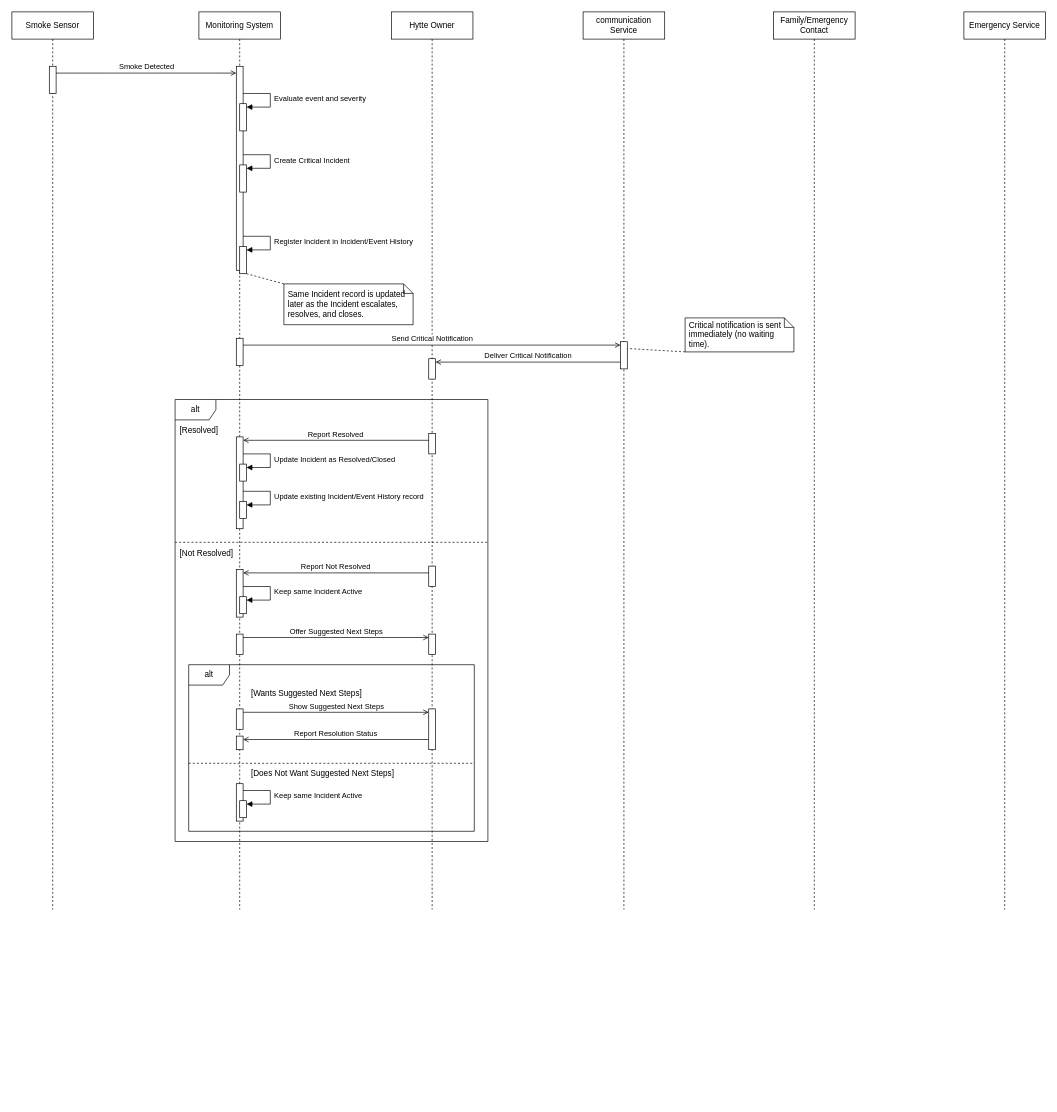
Above: model/sequence-diagram.drawio in hytte-monitoring/hytte-monitoring.github.io (draw.io), before the change. Source tidied: cells renumbered, new cells numbered last; positions are measured from the earlier drawing's top-left corner, leaving out a move shared by most shapes. Both pictures are drawn from the tidied source at 68%, with x=0, y=0 at pixel (12, 12).
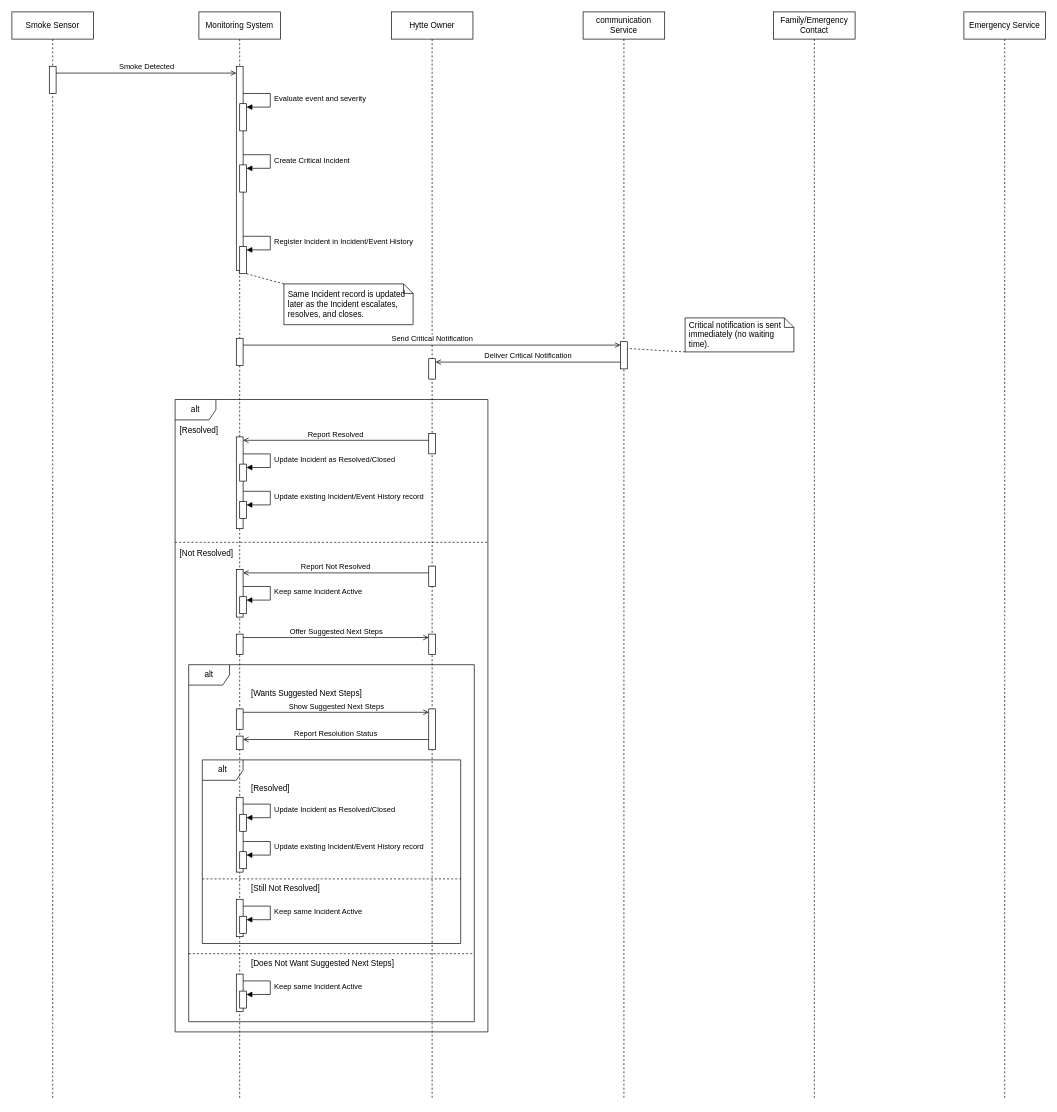
After the change.

Commit message:
Add resolution check alt after Suggested Next Steps

Diff of the diagram source:
```diff
@@
     <mxCell id="2" value="Smoke Sensor" style="shape=umlLifeline;perimeter=lifelinePerimeter;whiteSpace=wrap;html=1;newEdgeStyle={&quot;curved&quot;:0,&quot;rounded&quot;:0};size=40;" parent="1" vertex="1">
-      <mxGeometry width="120" height="1320" as="geometry" />
+      <mxGeometry width="120" height="1600" as="geometry" />
     </mxCell>
@@
     <mxCell id="4" value="Monitoring System" style="shape=umlLifeline;perimeter=lifelinePerimeter;whiteSpace=wrap;html=1;newEdgeStyle={&quot;curved&quot;:0,&quot;rounded&quot;:0};size=40;" parent="1" vertex="1">
-      <mxGeometry x="275" width="120" height="1320" as="geometry" />
+      <mxGeometry x="275" width="120" height="1600" as="geometry" />
     </mxCell>
@@
     <mxCell id="9" value="Hytte Owner" style="shape=umlLifeline;perimeter=lifelinePerimeter;whiteSpace=wrap;html=1;newEdgeStyle={&quot;curved&quot;:0,&quot;rounded&quot;:0};size=40;" parent="1" vertex="1">
-      <mxGeometry x="558" width="120" height="1320" as="geometry" />
+      <mxGeometry x="558" width="120" height="1600" as="geometry" />
     </mxCell>
     <mxCell id="10" value="communication Service" style="shape=umlLifeline;perimeter=lifelinePerimeter;whiteSpace=wrap;html=1;newEdgeStyle={&quot;curved&quot;:0,&quot;rounded&quot;:0};size=40;" parent="1" vertex="1">
-      <mxGeometry x="840" width="120" height="1320" as="geometry" />
+      <mxGeometry x="840" width="120" height="1600" as="geometry" />
     </mxCell>
     <mxCell id="11" value="Family/Emergency Contact" style="shape=umlLifeline;perimeter=lifelinePerimeter;whiteSpace=wrap;html=1;newEdgeStyle={&quot;curved&quot;:0,&quot;rounded&quot;:0};size=40;" parent="1" vertex="1">
-      <mxGeometry x="1120" width="120" height="1320" as="geometry" />
+      <mxGeometry x="1120" width="120" height="1600" as="geometry" />
     </mxCell>
     <mxCell id="12" value="Emergency Service" style="shape=umlLifeline;perimeter=lifelinePerimeter;whiteSpace=wrap;html=1;newEdgeStyle={&quot;curved&quot;:0,&quot;rounded&quot;:0};size=40;" parent="1" vertex="1">
-      <mxGeometry x="1400" width="120" height="1320" as="geometry" />
+      <mxGeometry x="1400" width="120" height="1600" as="geometry" />
     </mxCell>
@@
     <mxCell id="26" value="alt" style="shape=umlFrame;whiteSpace=wrap;html=1;width=60;height=30;fillColor=none;" parent="1" vertex="1">
-      <mxGeometry x="240" y="570" width="460" height="650" as="geometry" />
+      <mxGeometry x="240" y="570" width="460" height="930" as="geometry" />
     </mxCell>
@@
     <mxCell id="45" value="alt" style="shape=umlFrame;whiteSpace=wrap;html=1;width=60;height=30;fillColor=none;" parent="1" vertex="1">
-      <mxGeometry x="260" y="960" width="420" height="245" as="geometry" />
+      <mxGeometry x="260" y="960" width="420" height="525" as="geometry" />
     </mxCell>
@@
     <mxCell id="52" style="html=1;endArrow=none;dashed=1;curved=0;rounded=0;" parent="1" edge="1">
       <mxGeometry relative="1" as="geometry">
-        <mxPoint x="260" y="1105" as="sourcePoint" />
-        <mxPoint x="680" y="1105" as="targetPoint" />
+        <mxPoint x="260" y="1385" as="sourcePoint" />
+        <mxPoint x="680" y="1385" as="targetPoint" />
       </mxGeometry>
     </mxCell>
     <mxCell id="53" value="[Does Not Want Suggested Next Steps]" style="text;html=1;align=left;verticalAlign=middle;whiteSpace=wrap;" parent="1" vertex="1">
-      <mxGeometry x="350" y="1110" width="240" height="20" as="geometry" />
+      <mxGeometry x="350" y="1390" width="240" height="20" as="geometry" />
     </mxCell>
     <mxCell id="54" style="html=1;perimeter=orthogonalPerimeter;outlineConnect=0;targetShapes=umlLifeline;portConstraint=eastwest;newEdgeStyle={&quot;curved&quot;:0,&quot;rounded&quot;:0};" parent="4" vertex="1">
-      <mxGeometry x="55" y="1135" width="10" height="55" as="geometry" />
+      <mxGeometry x="55" y="1415" width="10" height="55" as="geometry" />
     </mxCell>
     <mxCell id="55" style="html=1;perimeter=orthogonalPerimeter;outlineConnect=0;targetShapes=umlLifeline;portConstraint=eastwest;newEdgeStyle={&quot;curved&quot;:0,&quot;rounded&quot;:0};" parent="4" vertex="1">
-      <mxGeometry x="60" y="1160" width="10" height="25" as="geometry" />
+      <mxGeometry x="60" y="1440" width="10" height="25" as="geometry" />
     </mxCell>
     <mxCell id="56" value="Keep same Incident Active" style="html=1;align=left;verticalAlign=middle;spacingLeft=4;labelBackgroundColor=default;endArrow=block;curved=0;rounded=0;exitX=1;exitY=0.1818;entryX=1;entryY=0.2;" parent="1" edge="1" source="54" target="55">
       <mxGeometry relative="1" as="geometry">
         <Array as="points">
-          <mxPoint x="380" y="1145" />
-          <mxPoint x="380" y="1165" />
+          <mxPoint x="380" y="1425" />
+          <mxPoint x="380" y="1445" />
         </Array>
       </mxGeometry>
     </mxCell>
+    <mxCell id="57" value="alt" style="shape=umlFrame;whiteSpace=wrap;html=1;width=60;height=30;fillColor=none;" parent="1" vertex="1">
+      <mxGeometry x="280" y="1100" width="380" height="270" as="geometry" />
+    </mxCell>
+    <mxCell id="58" value="[Resolved]" style="text;html=1;align=left;verticalAlign=middle;whiteSpace=wrap;" parent="1" vertex="1">
+      <mxGeometry x="350" y="1132" width="200" height="20" as="geometry" />
+    </mxCell>
+    <mxCell id="59" style="html=1;perimeter=orthogonalPerimeter;outlineConnect=0;targetShapes=umlLifeline;portConstraint=eastwest;newEdgeStyle={&quot;curved&quot;:0,&quot;rounded&quot;:0};" parent="4" vertex="1">
+      <mxGeometry x="55" y="1155" width="10" height="110" as="geometry" />
+    </mxCell>
+    <mxCell id="60" style="html=1;perimeter=orthogonalPerimeter;outlineConnect=0;targetShapes=umlLifeline;portConstraint=eastwest;newEdgeStyle={&quot;curved&quot;:0,&quot;rounded&quot;:0};" parent="4" vertex="1">
+      <mxGeometry x="60" y="1180" width="10" height="25" as="geometry" />
+    </mxCell>
+    <mxCell id="61" style="html=1;perimeter=orthogonalPerimeter;outlineConnect=0;targetShapes=umlLifeline;portConstraint=eastwest;newEdgeStyle={&quot;curved&quot;:0,&quot;rounded&quot;:0};" parent="4" vertex="1">
+      <mxGeometry x="60" y="1235" width="10" height="25" as="geometry" />
+    </mxCell>
+    <mxCell id="62" value="Update Incident as Resolved/Closed" style="html=1;align=left;verticalAlign=middle;spacingLeft=4;labelBackgroundColor=default;endArrow=block;curved=0;rounded=0;exitX=1;exitY=0.0909;entryX=1;entryY=0.2;" parent="1" edge="1" source="59" target="60">
+      <mxGeometry relative="1" as="geometry">
+        <Array as="points">
+          <mxPoint x="380" y="1165" />
+          <mxPoint x="380" y="1185" />
+        </Array>
+      </mxGeometry>
+    </mxCell>
+    <mxCell id="63" value="Update existing Incident/Event History record" style="html=1;align=left;verticalAlign=middle;spacingLeft=4;labelBackgroundColor=default;endArrow=block;curved=0;rounded=0;exitX=1;exitY=0.5909;entryX=1;entryY=0.2;" parent="1" edge="1" source="59" target="61">
+      <mxGeometry relative="1" as="geometry">
+        <Array as="points">
+          <mxPoint x="380" y="1220" />
+          <mxPoint x="380" y="1240" />
+        </Array>
+      </mxGeometry>
+    </mxCell>
+    <mxCell id="64" style="html=1;endArrow=none;dashed=1;curved=0;rounded=0;" parent="1" edge="1">
+      <mxGeometry relative="1" as="geometry">
+        <mxPoint x="280" y="1275" as="sourcePoint" />
+        <mxPoint x="660" y="1275" as="targetPoint" />
+      </mxGeometry>
+    </mxCell>
+    <mxCell id="65" value="[Still Not Resolved]" style="text;html=1;align=left;verticalAlign=middle;whiteSpace=wrap;" parent="1" vertex="1">
+      <mxGeometry x="350" y="1280" width="200" height="20" as="geometry" />
+    </mxCell>
+    <mxCell id="66" style="html=1;perimeter=orthogonalPerimeter;outlineConnect=0;targetShapes=umlLifeline;portConstraint=eastwest;newEdgeStyle={&quot;curved&quot;:0,&quot;rounded&quot;:0};" parent="4" vertex="1">
+      <mxGeometry x="55" y="1305" width="10" height="55" as="geometry" />
+    </mxCell>
+    <mxCell id="67" style="html=1;perimeter=orthogonalPerimeter;outlineConnect=0;targetShapes=umlLifeline;portConstraint=eastwest;newEdgeStyle={&quot;curved&quot;:0,&quot;rounded&quot;:0};" parent="4" vertex="1">
+      <mxGeometry x="60" y="1330" width="10" height="25" as="geometry" />
+    </mxCell>
+    <mxCell id="68" value="Keep same Incident Active" style="html=1;align=left;verticalAlign=middle;spacingLeft=4;labelBackgroundColor=default;endArrow=block;curved=0;rounded=0;exitX=1;exitY=0.1818;entryX=1;entryY=0.2;" parent="1" edge="1" source="66" target="67">
+      <mxGeometry relative="1" as="geometry">
+        <Array as="points">
+          <mxPoint x="380" y="1315" />
+          <mxPoint x="380" y="1335" />
+        </Array>
+      </mxGeometry>
+    </mxCell>
```
